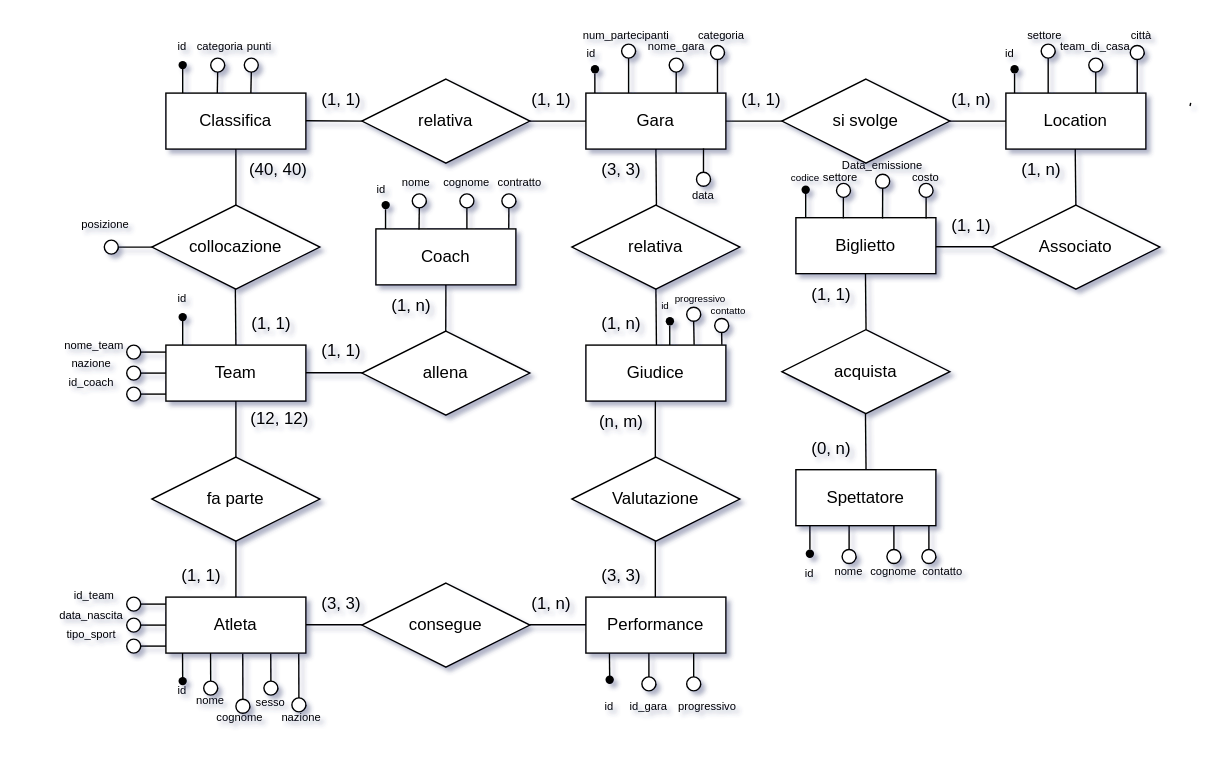
This is Diagramma.drawio from nameisalfio/Database, a draw.io file, before an edit. Source tidied: cells renumbered, new cells numbered last; positions are measured from the earlier drawing's top-left corner, leaving out a move shared by most shapes. Both pictures are drawn from the tidied source at 140%, with x=0, y=0 at pixel (24, 28).
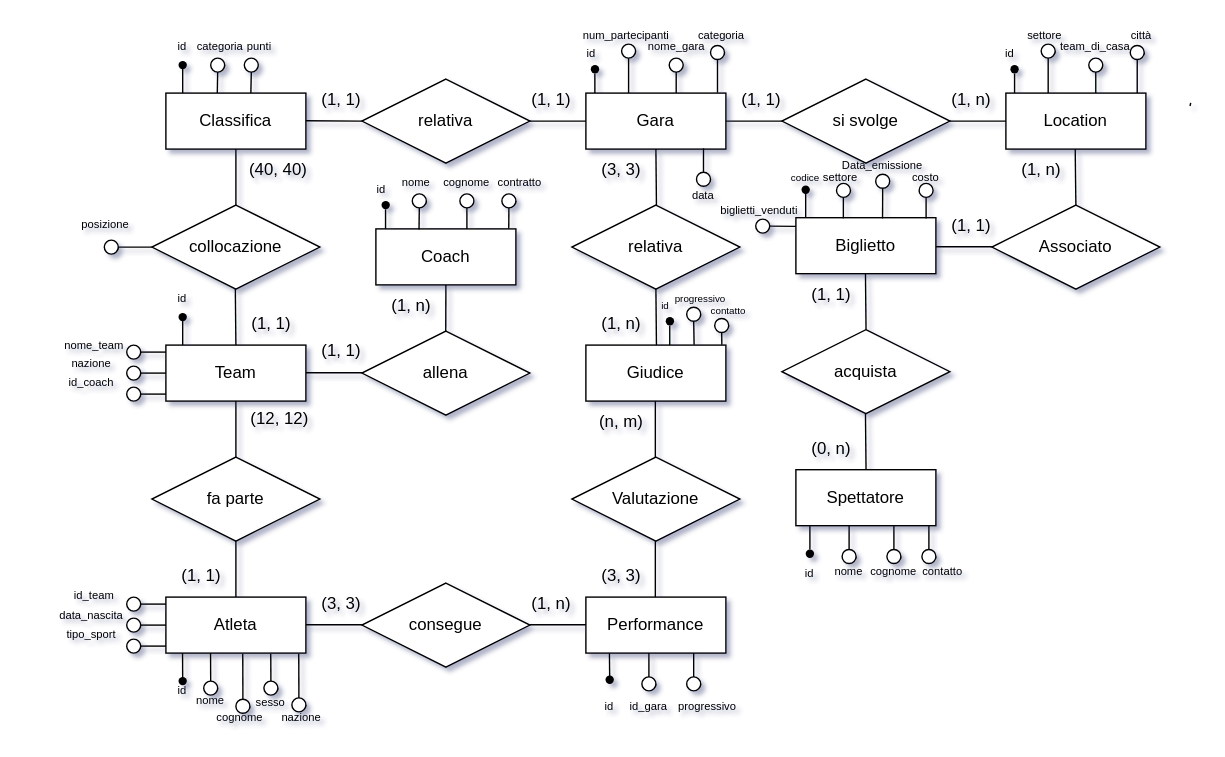
The same diagram, later.

Change to the diagram source:
```diff
@@
+    <mxCell id="237" value="&lt;span style=&quot;font-size: 8px;&quot;&gt;biglietti_venduti&lt;/span&gt;" style="text;html=1;strokeColor=none;fillColor=none;align=center;verticalAlign=middle;whiteSpace=wrap;rounded=0;" parent="1" vertex="1">
+      <mxGeometry x="518.3" y="125" width="14" height="8" as="geometry" />
+    </mxCell>
+    <mxCell id="238" style="ellipse;whiteSpace=wrap;html=1;" parent="1" vertex="1">
+      <mxGeometry x="522.3" y="136" width="10" height="10" as="geometry" />
+    </mxCell>
+    <mxCell id="239" style="endArrow=none;html=1;rounded=0;labelBackgroundColor=none;fontColor=default;exitX=-0.013;exitY=0.192;exitDx=0;exitDy=0;exitPerimeter=0;" parent="1" edge="1" target="238">
+      <mxGeometry relative="1" as="geometry">
+        <mxPoint x="551" y="141.2" as="sourcePoint" />
+      </mxGeometry>
+    </mxCell>
```
